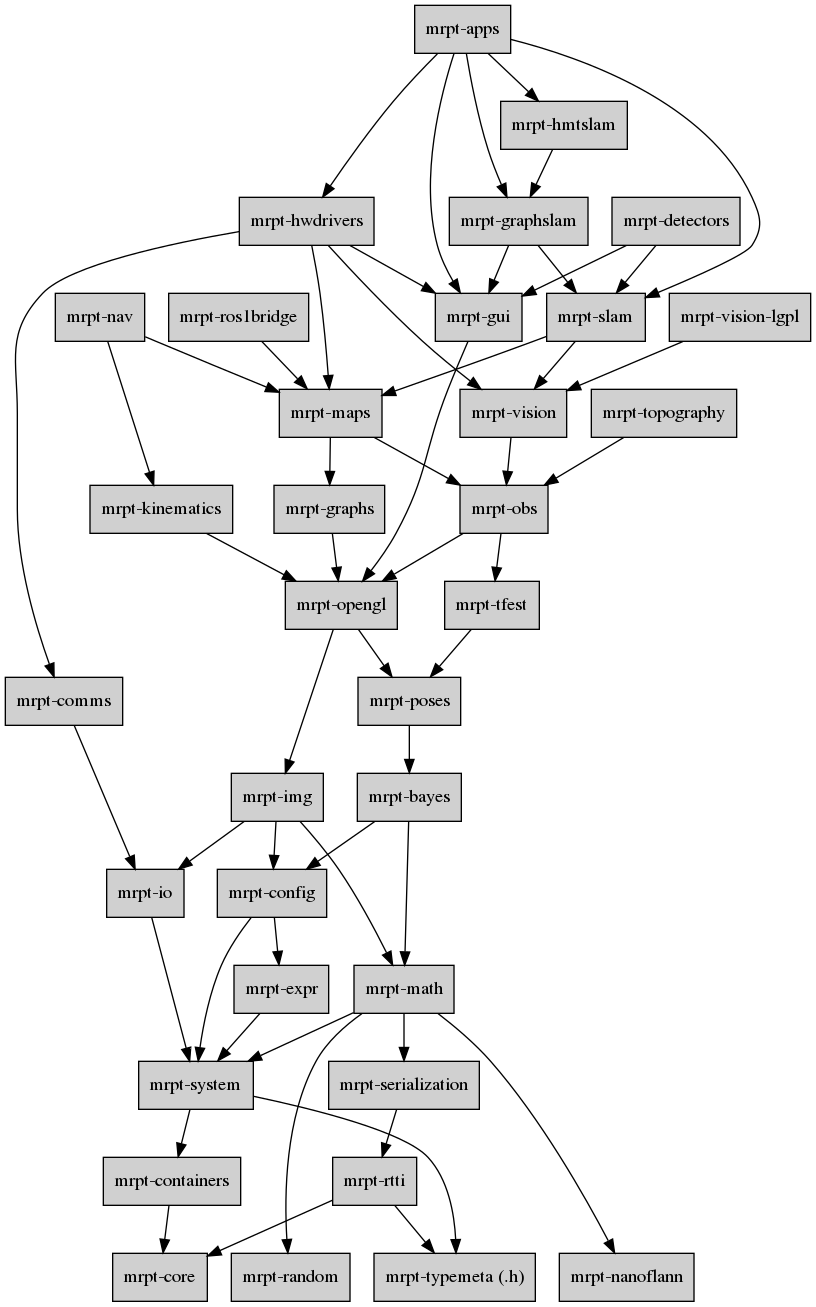
mrpt-ros-pkg-release/mrpt2-release keeps this Graphviz diagram as doc/source/images/graph_mrpt_libs.png. Above is the earlier version. Its source is kept beside it as doc/source/images/graph_mrpt_libs.dot. The source it was exported from:
```dot
digraph MRPT_LIBS {

	node [shape=box,style=filled, fillcolor="#D0D0D0"];

	apps [label="mrpt-apps",URL="group_mrpt_bayes_grp.html"];
	apps -> gui;
	apps -> slam;
	apps -> hwdrivers;
	apps -> graphslam;
	apps -> hmtslam;

	bayes [label="mrpt-bayes",URL="group_mrpt_bayes_grp.html"];
	bayes -> math;
	bayes -> config;

	comms [label="mrpt-comms",URL="group_mrpt_comms_grp.html"];
	comms -> io;

	config   [label="mrpt-config",URL="group_mrpt_config_grp.html"];
	config -> expr;
	config -> system;

	containers  [label="mrpt-containers",URL="group_mrpt_containers_grp.html"];
	containers -> core;

	{ rank = sink;
	core       [label="mrpt-core",URL="group_mrpt_core_grp.html"];
	}

	detectors  [label="mrpt-detectors",URL="group_mrpt_detectors_grp.html"];
	detectors -> gui;
	detectors -> slam;

	expr       [label="mrpt-expr",URL="group_mrpt_expr_grp.html"];
	expr -> system;

	graphs     [label="mrpt-graphs",URL="group_mrpt_graphs_grp.html"];
	graphs -> opengl;

	graphslam  [label="mrpt-graphslam",URL="group_mrpt_graphslam_grp.html"];
	graphslam -> gui;
	graphslam -> slam;

	gui        [label="mrpt-gui",URL="group_mrpt_gui_grp.html"];
	gui -> opengl;

	hmtslam    [label="mrpt-hmtslam",URL="group_mrpt_hmtslam_grp.html"];
	hmtslam -> graphslam;

	hwdrivers  [label="mrpt-hwdrivers",URL="group_mrpt_hwdrivers_grp.html"];
	hwdrivers -> comms;
	hwdrivers -> gui;
	hwdrivers -> maps;
	hwdrivers -> vision;

	img [label="mrpt-img",URL="group_mrpt_img_grp.html"];
	img  -> io;
	img  -> math;
	img  -> config;

	io [label="mrpt-io",URL="group_mrpt_io_grp.html"];
	io  -> system;

	kinematics [label="mrpt-kinematics",URL="group_mrpt_kinematics_grp.html"];
	kinematics -> opengl;

	maps       [label="mrpt-maps",URL="group_mrpt_maps_grp.html"];
	maps -> graphs;
	maps -> obs;

	math       [label="mrpt-math",URL="group_mrpt_math_grp.html"];
	math -> serialization;
	math -> random;
	math -> system;
	math -> nanoflann;

	{ rank = sink;
	nanoflann  [label="mrpt-nanoflann",URL="group_nanoflann_grp.html"];
	}

	nav        [label="mrpt-nav",URL="group_mrpt_nav_grp.html"];
	nav -> kinematics;
	nav -> maps;

	obs        [label="mrpt-obs",URL="group_mrpt_obs_grp.html"];
	obs -> opengl;
	obs -> tfest;

	opengl     [label="mrpt-opengl", URL="group_mrpt_opengl_grp.html"];
	opengl -> poses;
	opengl -> img;

	poses     [label="mrpt-poses",URL="group_mrpt_poses_grp.html"];
	poses -> bayes;

	{ rank = sink;
	random     [label="mrpt-random",URL="group_mrpt_random_grp.html"];
	}

	rtti     [label="mrpt-rtti",URL="group_mrpt_rtti_grp.html"];
	rtti -> core;
	rtti -> typemeta;

	ros1bridge   [label="mrpt-ros1bridge", URL="group_mrpt_ros1bridge_grp.html"];
	ros1bridge -> maps;

	serialization [label="mrpt-serialization",URL="group_mrpt_serialization_grp.html"];
	serialization -> rtti;

	slam       [label="mrpt-slam",URL="group_mrpt_slam_grp.html"];
	slam -> maps;
	slam -> vision;

	system     [label="mrpt-system",URL="group_mrpt_system_grp.html"];
	system -> typemeta;
	system -> containers;

	tfest      [label="mrpt-tfest",URL="group_mrpt_tfest_grp.html"];
	tfest -> poses;

	topography [label="mrpt-topography",URL="group_mrpt_topography_grp.html"];
	topography -> obs;

	{ rank = sink;
	typemeta [label="mrpt-typemeta (.h)",URL="group_mrpt_typemeta_grp.html"];
	}

	vision     [label="mrpt-vision",URL="group_mrpt_vision_grp.html"];
	vision -> obs;

	visionlgpl     [label="mrpt-vision-lgpl",URL="group_mrpt_vision_lgpl_grp.html"];
	visionlgpl -> vision;
}
```
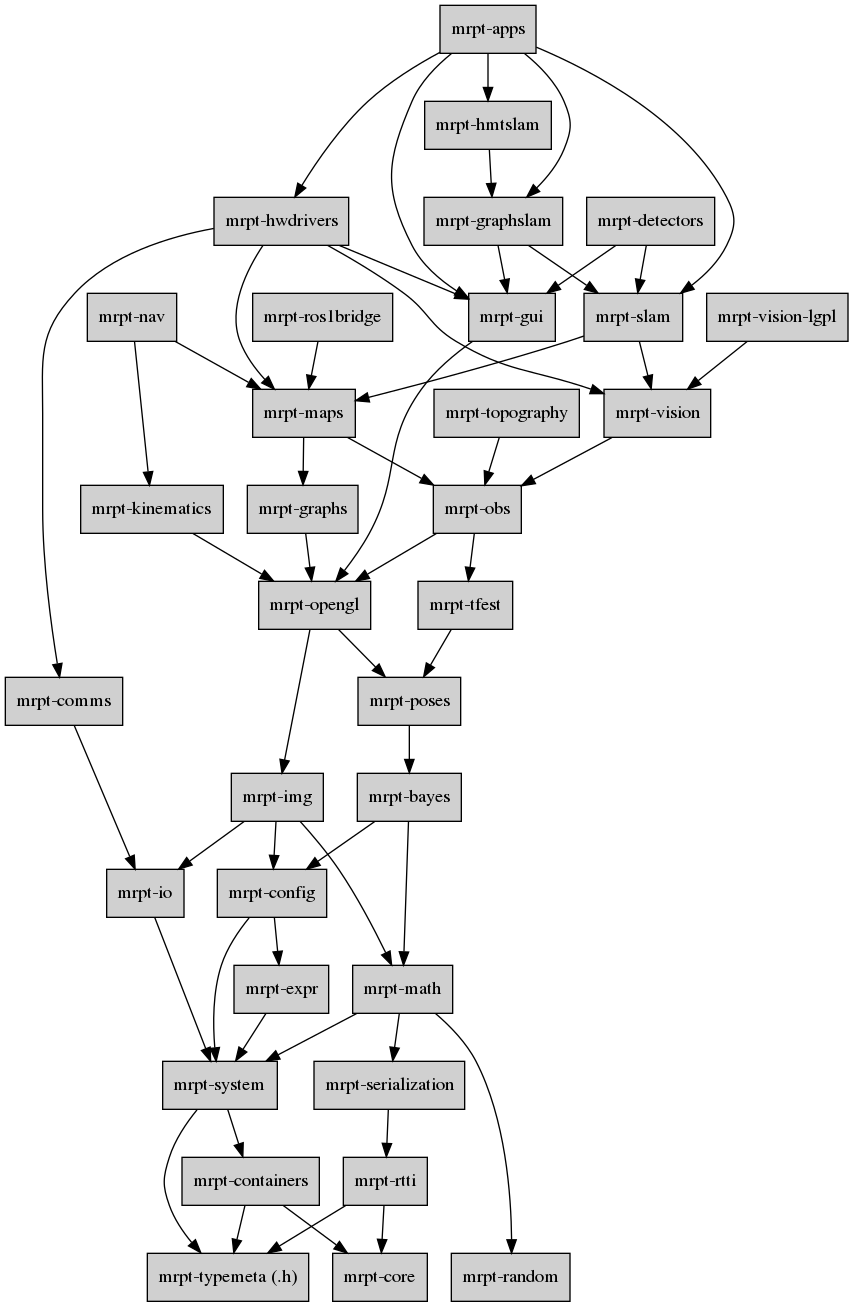
The same diagram one commit later.

Change to the diagram source:
```diff
@@ -22,6 +22,7 @@
 
 	containers  [label="mrpt-containers",URL="group_mrpt_containers_grp.html"];
 	containers -> core;
+	containers -> typemeta;
 
 	{ rank = sink;
 	core       [label="mrpt-core",URL="group_mrpt_core_grp.html"];
@@ -72,11 +73,6 @@
 	math -> serialization;
 	math -> random;
 	math -> system;
-	math -> nanoflann;
-
-	{ rank = sink;
-	nanoflann  [label="mrpt-nanoflann",URL="group_nanoflann_grp.html"];
-	}
 
 	nav        [label="mrpt-nav",URL="group_mrpt_nav_grp.html"];
 	nav -> kinematics;
```
